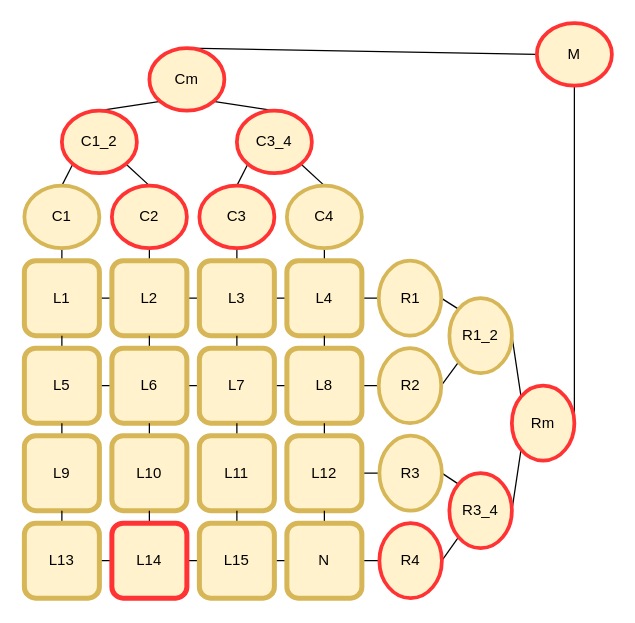
Above: page "Update" (1 of 3) of pictures/diagrams/Untitled Diagram.drawio in Badcat330/HashBaseStructs (draw.io), before the change. Source tidied: cells renumbered, new cells numbered last; positions are measured from the earlier drawing's top-left corner, leaving out a move shared by most shapes. Both pictures are drawn from the tidied source at 125%, with x=0, y=0 at pixel (24, 22).
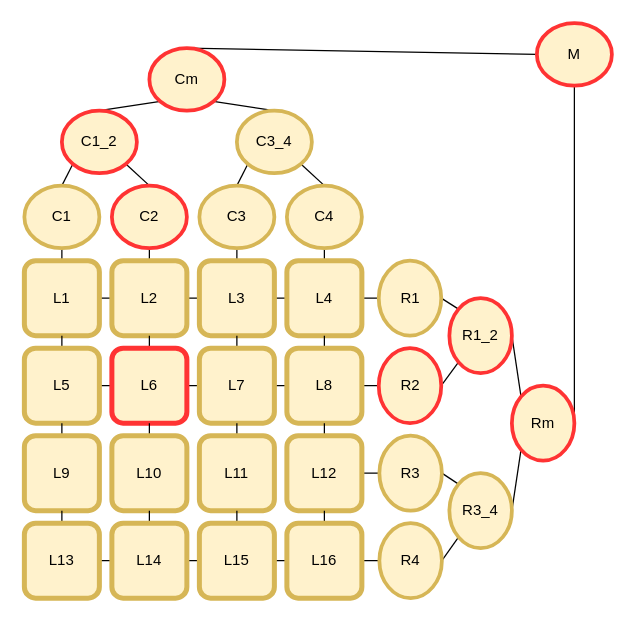
Above is the later version.

Change to the diagram source:
```diff
@@
-    <mxCell id="19" value="L6" style="rounded=1;whiteSpace=wrap;html=1;fillColor=#fff2cc;strokeWidth=4;strokeColor=#d6b656;" parent="1" vertex="1">
+    <mxCell id="19" value="L6" style="rounded=1;whiteSpace=wrap;html=1;fillColor=#fff2cc;strokeWidth=4;strokeColor=#FF3333;" parent="1" vertex="1">
       <mxGeometry x="70" y="260" width="60" height="60" as="geometry" />
     </mxCell>
@@
-    <mxCell id="40" value="L14" style="rounded=1;whiteSpace=wrap;html=1;fillColor=#fff2cc;strokeWidth=4;strokeColor=#FF3333;" parent="1" vertex="1">
+    <mxCell id="40" value="L14" style="rounded=1;whiteSpace=wrap;html=1;fillColor=#fff2cc;strokeWidth=4;strokeColor=#d6b656;" parent="1" vertex="1">
       <mxGeometry x="70" y="400" width="60" height="60" as="geometry" />
     </mxCell>
@@
-    <mxCell id="46" value="N" style="rounded=1;whiteSpace=wrap;html=1;fillColor=#fff2cc;strokeColor=#d6b656;strokeWidth=4;" parent="1" vertex="1">
+    <mxCell id="46" value="L16" style="rounded=1;whiteSpace=wrap;html=1;fillColor=#fff2cc;strokeColor=#d6b656;strokeWidth=4;" parent="1" vertex="1">
       <mxGeometry x="210" y="400" width="60" height="60" as="geometry" />
     </mxCell>
@@
-    <mxCell id="52" value="C3" style="ellipse;whiteSpace=wrap;html=1;fillColor=#fff2cc;strokeWidth=3;strokeColor=#FF3333;" parent="1" vertex="1">
+    <mxCell id="52" value="C3" style="ellipse;whiteSpace=wrap;html=1;fillColor=#fff2cc;strokeWidth=3;strokeColor=#d6b656;" parent="1" vertex="1">
       <mxGeometry x="140" y="130" width="60" height="50" as="geometry" />
     </mxCell>
@@
-    <mxCell id="58" value="C3_4" style="ellipse;whiteSpace=wrap;html=1;fillColor=#fff2cc;strokeWidth=3;strokeColor=#FF3333;" parent="1" vertex="1">
+    <mxCell id="58" value="C3_4" style="ellipse;whiteSpace=wrap;html=1;fillColor=#fff2cc;strokeWidth=3;strokeColor=#d6b656;" parent="1" vertex="1">
       <mxGeometry x="170" y="70" width="60" height="50" as="geometry" />
     </mxCell>
@@
-    <mxCell id="64" value="R2" style="ellipse;whiteSpace=wrap;html=1;fillColor=#fff2cc;strokeWidth=3;strokeColor=#d6b656;" parent="1" vertex="1">
+    <mxCell id="64" value="R2" style="ellipse;whiteSpace=wrap;html=1;fillColor=#fff2cc;strokeWidth=3;strokeColor=#FF3333;" parent="1" vertex="1">
       <mxGeometry x="283.5" y="260" width="50" height="60" as="geometry" />
     </mxCell>
@@
-    <mxCell id="68" value="R4" style="ellipse;whiteSpace=wrap;html=1;fillColor=#fff2cc;strokeWidth=3;strokeColor=#FF3333;" parent="1" vertex="1">
+    <mxCell id="68" value="R4" style="ellipse;whiteSpace=wrap;html=1;fillColor=#fff2cc;strokeWidth=3;strokeColor=#d6b656;" parent="1" vertex="1">
       <mxGeometry x="284" y="400" width="50" height="60" as="geometry" />
     </mxCell>
@@
-    <mxCell id="70" value="R1_2" style="ellipse;whiteSpace=wrap;html=1;fillColor=#fff2cc;strokeWidth=3;strokeColor=#d6b656;" parent="1" vertex="1">
+    <mxCell id="70" value="R1_2" style="ellipse;whiteSpace=wrap;html=1;fillColor=#fff2cc;strokeWidth=3;strokeColor=#FF3333;" parent="1" vertex="1">
       <mxGeometry x="340" y="220" width="50" height="60" as="geometry" />
     </mxCell>
@@
-    <mxCell id="72" value="R3_4" style="ellipse;whiteSpace=wrap;html=1;fillColor=#fff2cc;strokeWidth=3;strokeColor=#FF3333;" parent="1" vertex="1">
+    <mxCell id="72" value="R3_4" style="ellipse;whiteSpace=wrap;html=1;fillColor=#fff2cc;strokeWidth=3;strokeColor=#d6b656;" parent="1" vertex="1">
       <mxGeometry x="340" y="360" width="50" height="60" as="geometry" />
     </mxCell>
```
